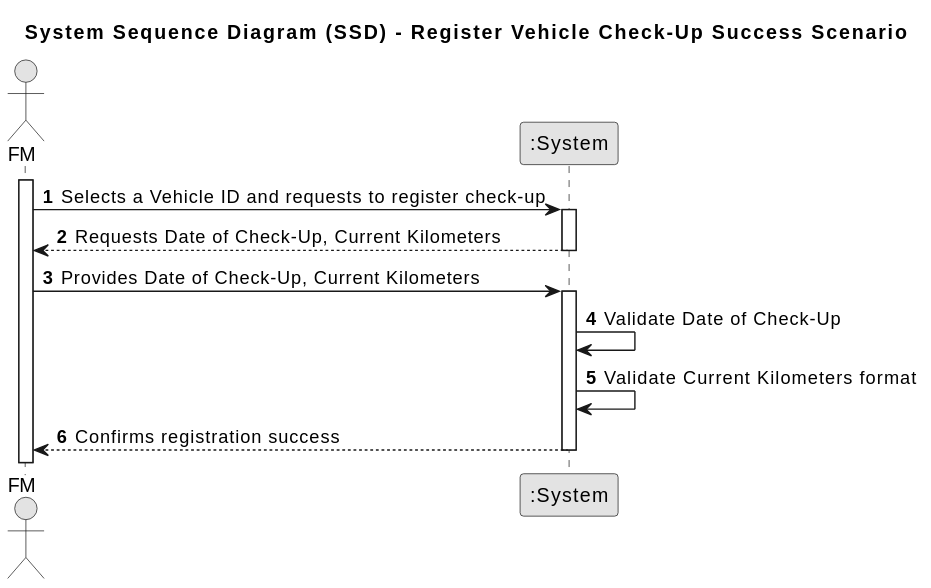
The PlantUML diagram docs/sprintB/us007/01.requirements-engineering/svg/us007-system-sequence-diagram.svg in francisc-o-liveira/lei-24-s2-1dp-g163, before a commit.
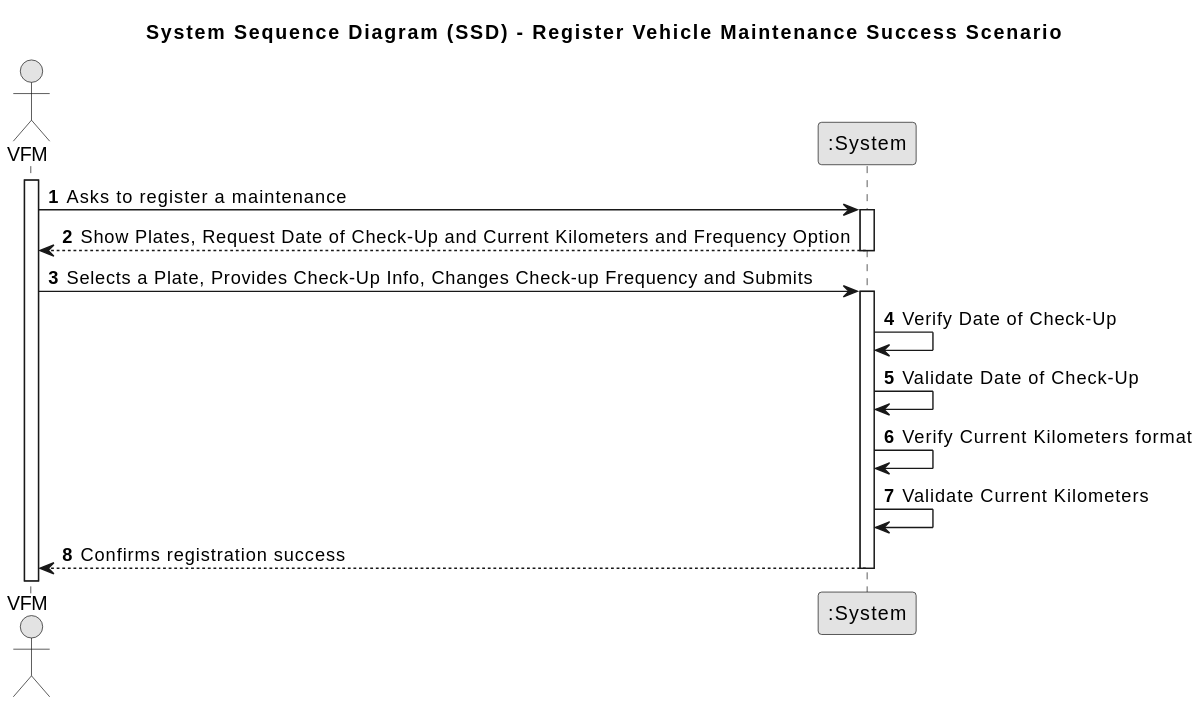
Later version of the same file.

Change to the diagram source:
```diff
@@ -3,26 +3,28 @@
 skinparam packageStyle rectangle
 skinparam shadowing false
 
-title System Sequence Diagram (SSD) - Register Vehicle Check-Up Success Scenario
+title System Sequence Diagram (SSD) - Register Vehicle Maintenance Success Scenario
 
 autonumber
 
-actor "FM" as FleetManager
+actor "VFM" as FleetManager
 participant ":System" as System
 
 activate FleetManager
 
-    FleetManager -> System : Selects a Vehicle ID and requests to register check-up
+    FleetManager -> System : Asks to register a maintenance
     activate System
 
-    System --> FleetManager : Requests Date of Check-Up, Current Kilometers
+    System --> FleetManager : Show Plates, Request Date of Check-Up and Current Kilometers and Frequency Option
     deactivate System
 
-    FleetManager -> System : Provides Date of Check-Up, Current Kilometers
+    FleetManager -> System : Selects a Plate, Provides Check-Up Info, Changes Check-up Frequency and Submits
     activate System
 
+        System -> System : Verify Date of Check-Up
         System -> System : Validate Date of Check-Up
-        System -> System : Validate Current Kilometers format
+        System -> System : Verify Current Kilometers format
+        System -> System : Validate Current Kilometers
 
         System --> FleetManager : Confirms registration success
     deactivate System
```
